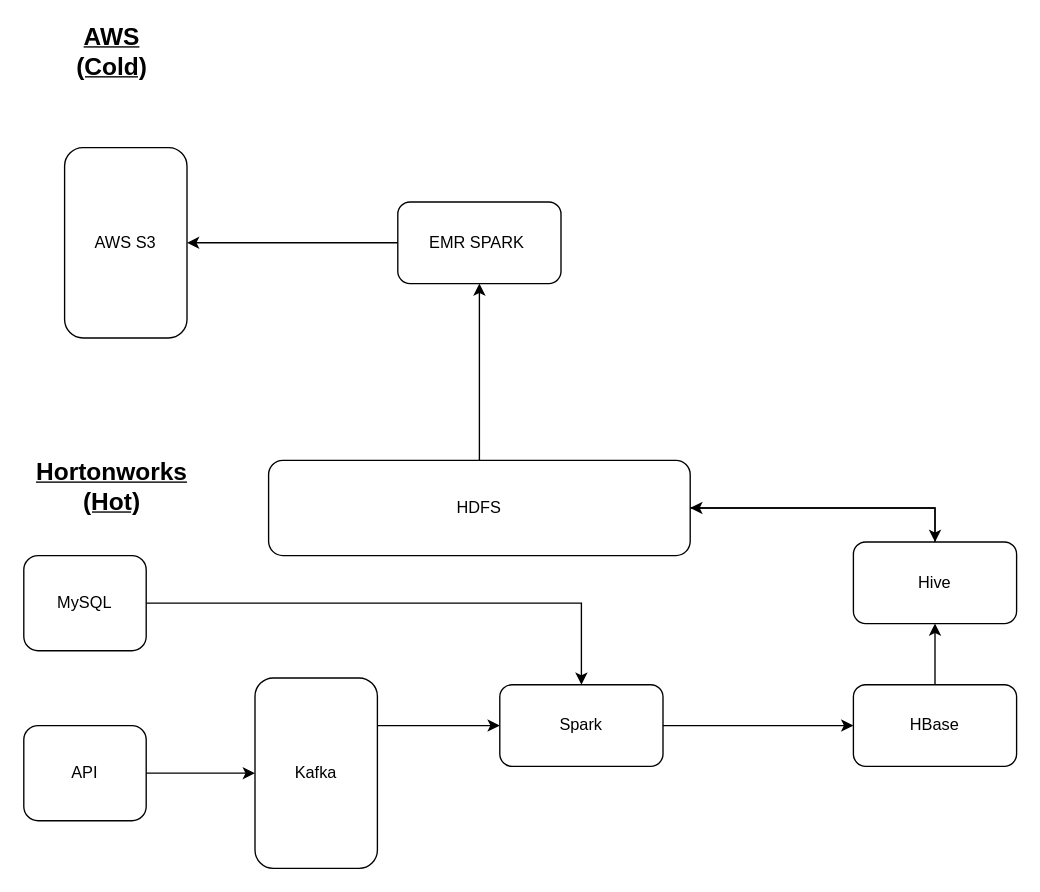
The draw.io diagram Pipeline Design/MeinekePipeline.drawio in clifordrojas/BigData, before the edit. Source tidied: cells renumbered, new cells numbered last; positions are measured from the earlier drawing's top-left corner, leaving out a move shared by most shapes. Both pictures are drawn from the tidied source at 136%, with x=0, y=0 at pixel (23, 38).
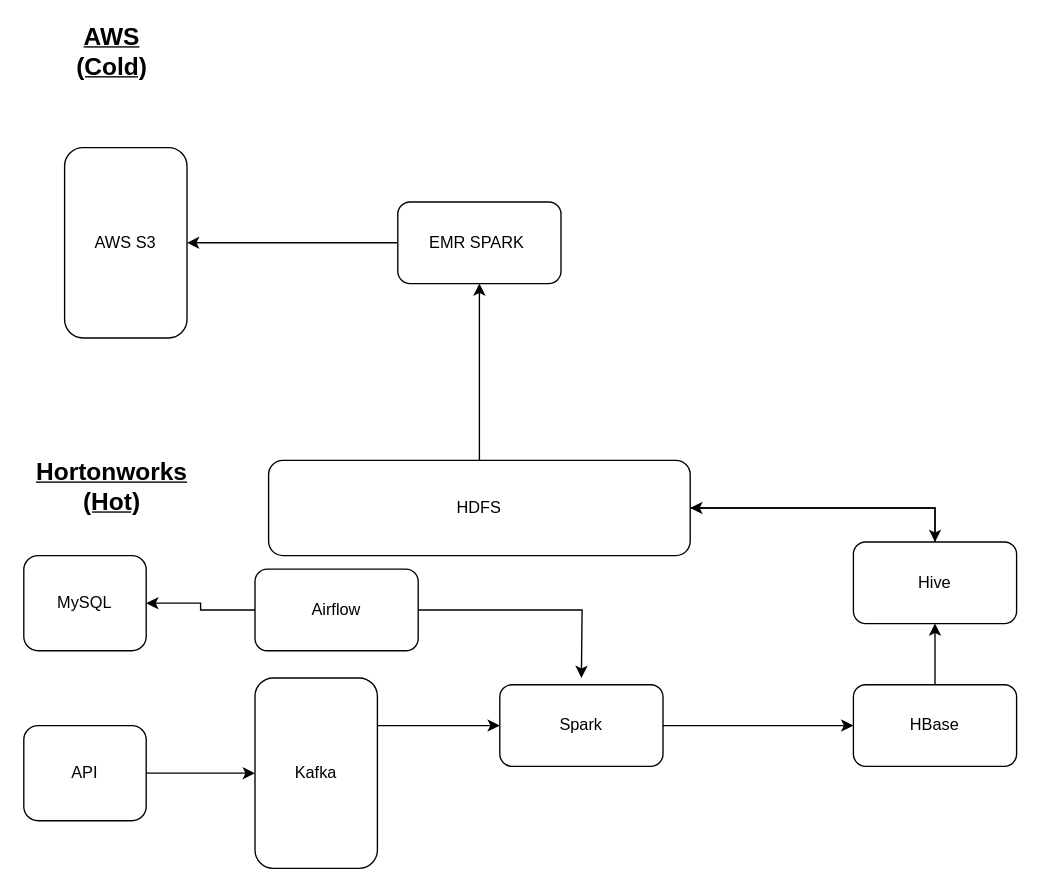
After the change.

Commit message (it also covers changes not shown here):
Updates to pipeline added airflwo to Meineke

The change refers to these unchanged cells:
```xml
<mxCell id="3" value="MySQL" style="rounded=1;whiteSpace=wrap;html=1;" parent="1" vertex="1">
  <mxGeometry y="380" width="90" height="70" as="geometry" />
</mxCell>
<mxCell id="9" value="Spark" style="rounded=1;whiteSpace=wrap;html=1;" parent="1" vertex="1">
  <mxGeometry x="350" y="475" width="120" height="60" as="geometry" />
</mxCell>
```

Change to the diagram source:
```diff
@@
-    <mxCell id="2" style="edgeStyle=orthogonalEdgeStyle;rounded=0;jettySize=auto;html=1;exitX=1;exitY=0.5;exitDx=0;exitDy=0;entryX=0.5;entryY=0;entryDx=0;entryDy=0;" parent="1" edge="1" source="3" target="9">
-      <mxGeometry relative="1" as="geometry" />
-    </mxCell>
@@
+    <mxCell id="22" style="edgeStyle=orthogonalEdgeStyle;rounded=0;jettySize=auto;html=1;exitX=1;exitY=0.5;exitDx=0;exitDy=0;" parent="1" edge="1" source="24">
+      <mxGeometry relative="1" as="geometry">
+        <mxPoint x="410" y="470" as="targetPoint" />
+      </mxGeometry>
+    </mxCell>
+    <mxCell id="23" style="edgeStyle=orthogonalEdgeStyle;rounded=0;jettySize=auto;html=1;exitX=0;exitY=0.5;exitDx=0;exitDy=0;entryX=1;entryY=0.5;entryDx=0;entryDy=0;" parent="1" edge="1" source="24" target="3">
+      <mxGeometry relative="1" as="geometry" />
+    </mxCell>
+    <mxCell id="24" value="Airflow" style="rounded=1;whiteSpace=wrap;html=1;" parent="1" vertex="1">
+      <mxGeometry x="170" y="390" width="120" height="60" as="geometry" />
+    </mxCell>
```
